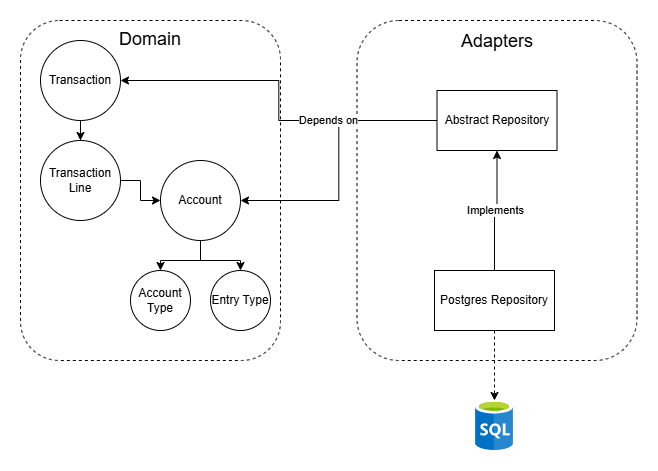
This is docs/images/adapters_diagram.png from antjes88/accounting-ingest-webapp, a draw.io export, as it was before one commit. Source tidied: cells renumbered, new cells last; positions are measured from the earlier drawing's top-left corner, leaving out a move shared by most shapes.
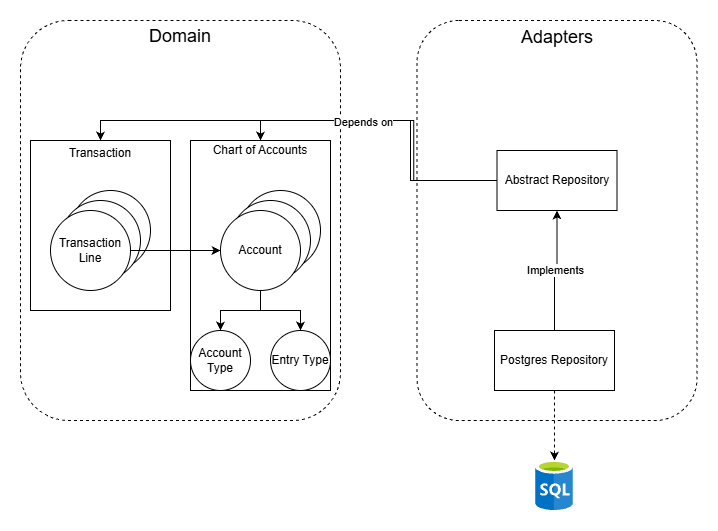
The same diagram one commit later.

Change to the diagram source:
```diff
@@ -2,41 +2,37 @@
   <root>
     <mxCell id="0" />
     <mxCell id="1" parent="0" />
+    <mxCell id="3" value="&lt;font style=&quot;font-size: 18px;&quot;&gt;Domain&lt;br&gt;&lt;br&gt;&lt;br&gt;&lt;br&gt;&lt;br&gt;&lt;br&gt;&lt;br&gt;&lt;br&gt;&lt;br&gt;&lt;br&gt;&lt;br&gt;&lt;br&gt;&lt;br&gt;&lt;br&gt;&lt;br&gt;&lt;br&gt;&lt;br&gt;&lt;br&gt;&lt;/font&gt;" style="rounded=1;whiteSpace=wrap;html=1;fillColor=none;shadow=0;dashed=1;" parent="1" vertex="1">
+      <mxGeometry x="-60" y="-60" width="320" height="400" as="geometry" />
+    </mxCell>
+    <mxCell id="21" value="&lt;div&gt;&lt;br&gt;&lt;/div&gt;&lt;div&gt;Chart of Accounts&lt;/div&gt;&lt;div&gt;&lt;br&gt;&lt;/div&gt;&lt;div&gt;&lt;br&gt;&lt;/div&gt;&lt;div&gt;&lt;br&gt;&lt;/div&gt;&lt;div&gt;&lt;br&gt;&lt;/div&gt;&lt;div&gt;&lt;br&gt;&lt;/div&gt;&lt;div&gt;&lt;br&gt;&lt;/div&gt;&lt;div&gt;&lt;br&gt;&lt;/div&gt;&lt;div&gt;&lt;br&gt;&lt;/div&gt;&lt;div&gt;&lt;br&gt;&lt;/div&gt;&lt;div&gt;&lt;br&gt;&lt;/div&gt;&lt;div&gt;&lt;br&gt;&lt;/div&gt;&lt;div&gt;&lt;br&gt;&lt;/div&gt;&lt;div&gt;&lt;br&gt;&lt;/div&gt;&lt;div&gt;&lt;br&gt;&lt;/div&gt;&lt;div&gt;&lt;br&gt;&lt;/div&gt;&lt;div&gt;&lt;br&gt;&lt;/div&gt;&lt;div&gt;&lt;br&gt;&lt;/div&gt;" style="rounded=0;whiteSpace=wrap;html=1;" parent="1" vertex="1">
+      <mxGeometry x="110" y="60" width="140" height="250" as="geometry" />
+    </mxCell>
-    <mxCell id="2" value="&lt;font style=&quot;&quot;&gt;&lt;span style=&quot;font-size: 18px;&quot;&gt;Adapters&lt;/span&gt;&lt;br&gt;&lt;span style=&quot;font-size: 14px;&quot;&gt;&lt;br&gt;&lt;br&gt;&lt;br&gt;&lt;br&gt;&lt;br&gt;&lt;br&gt;&lt;br&gt;&lt;br&gt;&lt;br&gt;&lt;br&gt;&lt;/span&gt;&lt;br&gt;&lt;br&gt;&lt;br&gt;&lt;br&gt;&lt;br&gt;&lt;br&gt;&lt;br&gt;&lt;br&gt;&lt;br&gt;&lt;/font&gt;" style="rounded=1;whiteSpace=wrap;html=1;fillColor=none;shadow=0;dashed=1;" parent="1" vertex="1">
-      <mxGeometry x="336.5" width="280" height="340" as="geometry" />
+    <mxCell id="2" value="&lt;font style=&quot;&quot;&gt;&lt;span style=&quot;font-size: 18px;&quot;&gt;Adapters&lt;/span&gt;&lt;br&gt;&lt;span style=&quot;font-size: 14px;&quot;&gt;&lt;br&gt;&lt;br&gt;&lt;br&gt;&lt;br&gt;&lt;br&gt;&lt;br&gt;&lt;br&gt;&lt;br&gt;&lt;br&gt;&lt;br&gt;&lt;br&gt;&lt;br&gt;&lt;br&gt;&lt;br&gt;&lt;/span&gt;&lt;br&gt;&lt;br&gt;&lt;br&gt;&lt;br&gt;&lt;br&gt;&lt;br&gt;&lt;br&gt;&lt;br&gt;&lt;br&gt;&lt;/font&gt;" style="rounded=1;whiteSpace=wrap;html=1;fillColor=none;shadow=0;dashed=1;" parent="1" vertex="1">
+      <mxGeometry x="336.5" y="-60" width="280" height="400" as="geometry" />
     </mxCell>
-    <mxCell id="3" value="&lt;font style=&quot;font-size: 18px;&quot;&gt;Domain&lt;br&gt;&lt;br&gt;&lt;br&gt;&lt;br&gt;&lt;br&gt;&lt;br&gt;&lt;br&gt;&lt;br&gt;&lt;br&gt;&lt;br&gt;&lt;br&gt;&lt;br&gt;&lt;br&gt;&lt;br&gt;&lt;br&gt;&lt;/font&gt;" style="rounded=1;whiteSpace=wrap;html=1;fillColor=none;shadow=0;dashed=1;" parent="1" vertex="1">
-      <mxGeometry width="260" height="340" as="geometry" />
-    </mxCell>
-    <mxCell id="4" style="edgeStyle=orthogonalEdgeStyle;rounded=0;jettySize=auto;html=1;exitX=0.5;exitY=1;exitDx=0;exitDy=0;entryX=0.5;entryY=0;entryDx=0;entryDy=0;" parent="1" edge="1" source="6" target="7">
-      <mxGeometry relative="1" as="geometry" />
-    </mxCell>
-    <mxCell id="5" style="edgeStyle=orthogonalEdgeStyle;rounded=0;jettySize=auto;html=1;exitX=0.5;exitY=1;exitDx=0;exitDy=0;entryX=0.5;entryY=0;entryDx=0;entryDy=0;" parent="1" edge="1" source="6" target="8">
-      <mxGeometry relative="1" as="geometry" />
-    </mxCell>
-    <mxCell id="6" value="Account" style="ellipse;whiteSpace=wrap;html=1;" parent="1" vertex="1">
-      <mxGeometry x="140" y="140" width="80" height="80" as="geometry" />
-    </mxCell>
     <mxCell id="7" value="Account Type" style="ellipse;whiteSpace=wrap;html=1;" parent="1" vertex="1">
       <mxGeometry x="110" y="250" width="60" height="60" as="geometry" />
     </mxCell>
     <mxCell id="8" value="Entry Type" style="ellipse;whiteSpace=wrap;html=1;" parent="1" vertex="1">
       <mxGeometry x="190" y="250" width="60" height="60" as="geometry" />
     </mxCell>
-    <mxCell id="9" style="edgeStyle=orthogonalEdgeStyle;rounded=0;jettySize=auto;html=1;exitX=0.5;exitY=1;exitDx=0;exitDy=0;" parent="1" edge="1" source="10" target="20">
-      <mxGeometry relative="1" as="geometry" />
-    </mxCell>
-    <mxCell id="10" value="Transaction" style="ellipse;whiteSpace=wrap;html=1;" parent="1" vertex="1">
-      <mxGeometry x="20" y="20" width="80" height="80" as="geometry" />
-    </mxCell>
-    <mxCell id="11" style="edgeStyle=orthogonalEdgeStyle;rounded=0;jettySize=auto;html=1;exitX=0;exitY=0.5;exitDx=0;exitDy=0;entryX=1;entryY=0.5;entryDx=0;entryDy=0;" parent="1" edge="1" source="14" target="6">
-      <mxGeometry relative="1" as="geometry" />
-    </mxCell>
+    <mxCell id="22" style="edgeStyle=orthogonalEdgeStyle;rounded=0;jettySize=auto;html=1;exitX=0;exitY=0.5;exitDx=0;exitDy=0;entryX=0.5;entryY=0;entryDx=0;entryDy=0;" parent="1" edge="1" source="14" target="21">
+      <mxGeometry relative="1" as="geometry" />
+    </mxCell>
-    <mxCell id="12" style="edgeStyle=orthogonalEdgeStyle;rounded=0;jettySize=auto;html=1;exitX=0;exitY=0.5;exitDx=0;exitDy=0;" parent="1" edge="1" source="14" target="10">
-      <mxGeometry relative="1" as="geometry" />
+    <mxCell id="12" style="edgeStyle=orthogonalEdgeStyle;rounded=0;jettySize=auto;html=1;exitX=0;exitY=0.5;exitDx=0;exitDy=0;entryX=0.5;entryY=0;entryDx=0;entryDy=0;" parent="1" edge="1" source="14" target="10">
+      <mxGeometry relative="1" as="geometry">
+        <Array as="points">
+          <mxPoint x="330" y="100" />
+          <mxPoint x="330" y="40" />
+          <mxPoint x="20" y="40" />
+        </Array>
+      </mxGeometry>
     </mxCell>
     <mxCell id="13" value="Depends on" style="edgeLabel;html=1;align=center;verticalAlign=middle;" parent="12" vertex="1">
-      <mxGeometry x="-0.39" y="-1" relative="1" as="geometry" />
+      <mxGeometry x="-0.18" y="1" relative="1" as="geometry">
+        <mxPoint x="1" as="offset" />
+      </mxGeometry>
     </mxCell>
     <mxCell id="14" value="Abstract Repository" style="rounded=0;whiteSpace=wrap;html=1;" parent="1" vertex="1">
       <mxGeometry x="416.5" y="70" width="120" height="60" as="geometry" />
@@ -53,11 +49,41 @@
     <mxCell id="18" style="image;sketch=0;html=1;points=[];align=center;fontSize=12;image=img/lib/mscae/SQL_Database_generic.svg;" parent="1" vertex="1">
       <mxGeometry x="455" y="380" width="38" height="50" as="geometry" />
     </mxCell>
+    <mxCell id="23" style="group;" parent="1" vertex="1">
+      <mxGeometry x="140" y="110" width="100" height="100" as="geometry" />
+    </mxCell>
+    <mxCell id="24" style="ellipse;whiteSpace=wrap;html=1;" parent="23" vertex="1">
+      <mxGeometry x="20" width="80" height="80" as="geometry" />
+    </mxCell>
+    <mxCell id="25" style="ellipse;whiteSpace=wrap;html=1;" parent="23" vertex="1">
+      <mxGeometry x="10" y="10" width="80" height="80" as="geometry" />
+    </mxCell>
+    <mxCell id="6" value="Account" style="ellipse;whiteSpace=wrap;html=1;" parent="23" vertex="1">
+      <mxGeometry y="20" width="80" height="80" as="geometry" />
+    </mxCell>
+    <mxCell id="4" style="edgeStyle=orthogonalEdgeStyle;rounded=0;jettySize=auto;html=1;exitX=0.5;exitY=1;exitDx=0;exitDy=0;" parent="1" edge="1" source="6" target="7">
+      <mxGeometry relative="1" as="geometry" />
+    </mxCell>
+    <mxCell id="5" style="edgeStyle=orthogonalEdgeStyle;rounded=0;jettySize=auto;html=1;exitX=0.5;exitY=1;exitDx=0;exitDy=0;" parent="1" edge="1" source="6" target="8">
+      <mxGeometry relative="1" as="geometry" />
+    </mxCell>
+    <mxCell id="10" value="&lt;div&gt;&lt;br&gt;&lt;/div&gt;&lt;div&gt;Transaction&lt;/div&gt;&lt;div&gt;&lt;br&gt;&lt;/div&gt;&lt;div&gt;&lt;br&gt;&lt;/div&gt;&lt;div&gt;&lt;br&gt;&lt;/div&gt;&lt;div&gt;&lt;br&gt;&lt;/div&gt;&lt;div&gt;&lt;br&gt;&lt;/div&gt;&lt;div&gt;&lt;br&gt;&lt;/div&gt;&lt;div&gt;&lt;br&gt;&lt;/div&gt;&lt;div&gt;&lt;br&gt;&lt;/div&gt;&lt;div&gt;&lt;br&gt;&lt;/div&gt;&lt;div&gt;&lt;br&gt;&lt;/div&gt;&lt;div&gt;&lt;br&gt;&lt;/div&gt;" style="rounded=0;whiteSpace=wrap;html=1;" parent="1" vertex="1">
+      <mxGeometry x="-50" y="60" width="140" height="170" as="geometry" />
+    </mxCell>
+    <mxCell id="26" style="group;" parent="1" vertex="1">
+      <mxGeometry x="-30" y="110" width="100" height="100" as="geometry" />
+    </mxCell>
+    <mxCell id="27" style="ellipse;whiteSpace=wrap;html=1;" parent="26" vertex="1">
+      <mxGeometry x="20" width="80" height="80" as="geometry" />
+    </mxCell>
+    <mxCell id="28" style="ellipse;whiteSpace=wrap;html=1;" parent="26" vertex="1">
+      <mxGeometry x="10" y="10" width="80" height="80" as="geometry" />
+    </mxCell>
+    <mxCell id="20" value="Transaction Line" style="ellipse;whiteSpace=wrap;html=1;" parent="26" vertex="1">
+      <mxGeometry y="20" width="80" height="80" as="geometry" />
+    </mxCell>
     <mxCell id="19" style="edgeStyle=orthogonalEdgeStyle;rounded=0;jettySize=auto;html=1;exitX=1;exitY=0.5;exitDx=0;exitDy=0;entryX=0;entryY=0.5;entryDx=0;entryDy=0;" parent="1" edge="1" source="20" target="6">
       <mxGeometry relative="1" as="geometry" />
     </mxCell>
-    <mxCell id="20" value="Transaction&lt;div&gt;Line&lt;/div&gt;" style="ellipse;whiteSpace=wrap;html=1;" parent="1" vertex="1">
-      <mxGeometry x="20" y="120" width="80" height="80" as="geometry" />
-    </mxCell>
   </root>
 </mxGraphModel>
```
